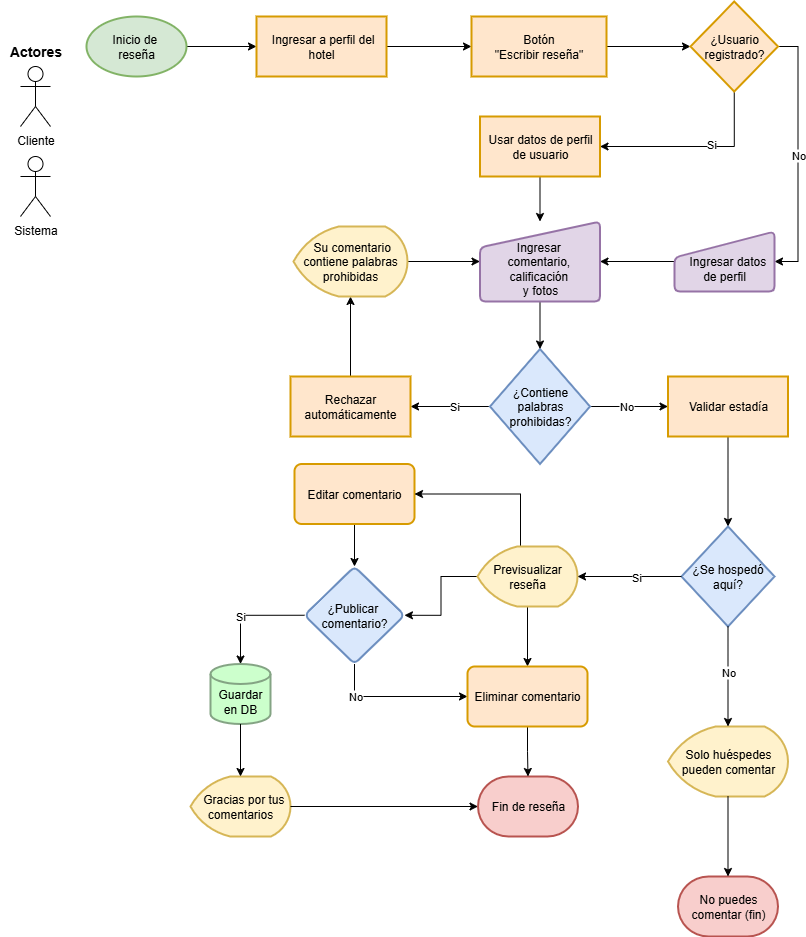
DjGuetta/App-Hotel-Management keeps this draw.io diagram as Flujograma de reseñas.png. Above is the earlier version. Source tidied: cells renumbered, new cells last; positions are measured from the earlier drawing's top-left corner, leaving out a move shared by most shapes.
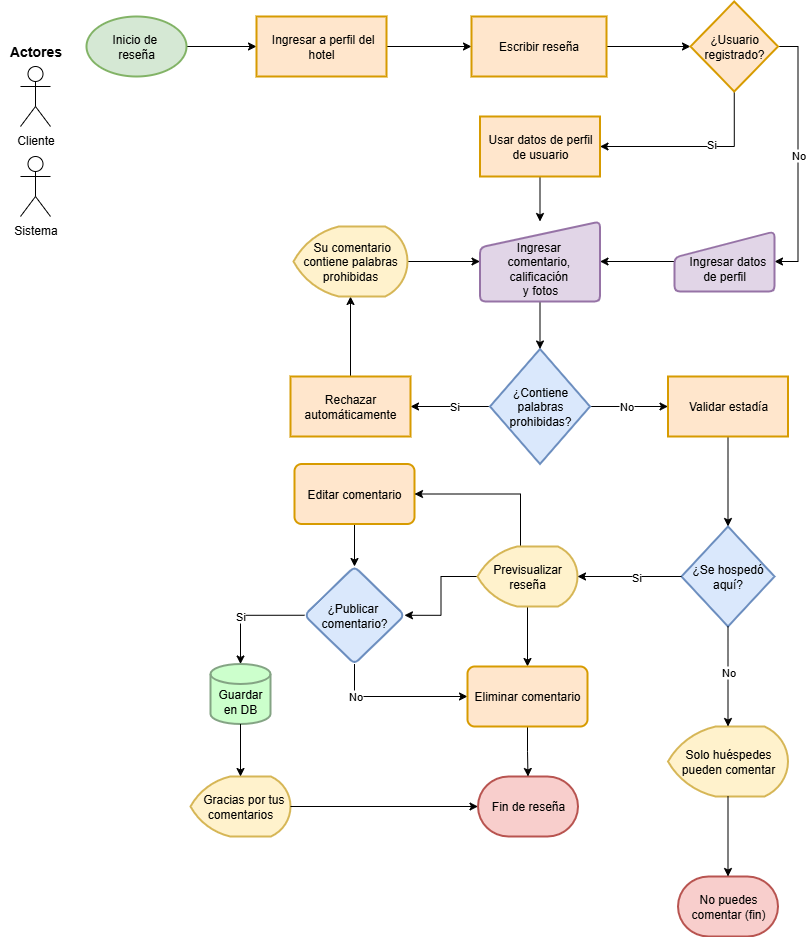
Later version of the same file.

Commit message:
Actualizando encabezados de diagramas

Change to the diagram source:
```diff
@@ -17,7 +17,7 @@
     <mxCell id="6" style="edgeStyle=orthogonalEdgeStyle;rounded=0;jettySize=auto;html=1;exitX=1;exitY=0.5;exitDx=0;exitDy=0;entryX=0;entryY=0.5;entryDx=0;entryDy=0;" parent="1" edge="1" source="7" target="34">
       <mxGeometry relative="1" as="geometry" />
     </mxCell>
-    <mxCell id="7" value="Botón&lt;div&gt;&quot;Escribir reseña&quot;&lt;/div&gt;" style="whiteSpace=wrap;html=1;strokeWidth=2;fillColor=#ffe6cc;strokeColor=#d79b00;" parent="1" vertex="1">
+    <mxCell id="7" value="&lt;span style=&quot;background-color: transparent; color: light-dark(rgb(0, 0, 0), rgb(255, 255, 255));&quot;&gt;Escribir reseña&lt;/span&gt;" style="whiteSpace=wrap;html=1;strokeWidth=2;fillColor=#ffe6cc;strokeColor=#d79b00;" parent="1" vertex="1">
       <mxGeometry x="471" y="15" width="135" height="60" as="geometry" />
     </mxCell>
     <mxCell id="8" style="edgeStyle=orthogonalEdgeStyle;rounded=0;jettySize=auto;html=1;exitX=0.5;exitY=1;exitDx=0;exitDy=0;entryX=0;entryY=0.5;entryDx=0;entryDy=0;" parent="1" edge="1" source="10" target="52">
```
